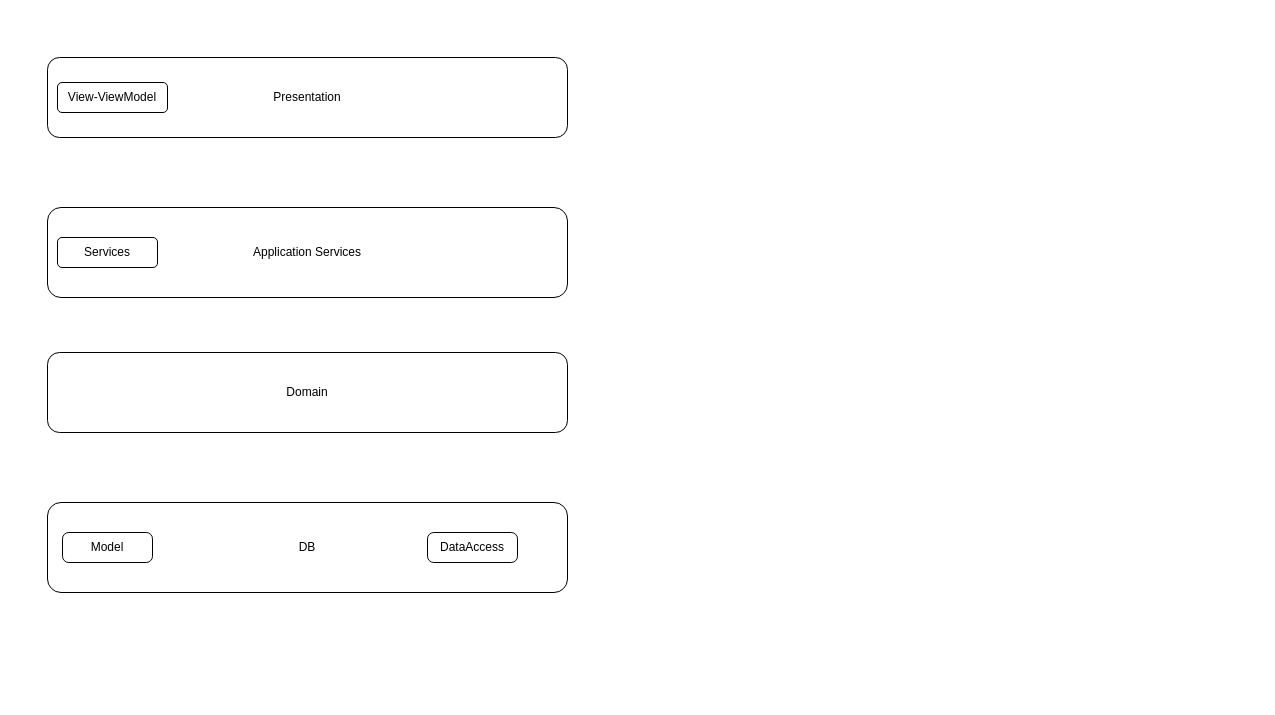
Above: Ballbar-Caeser.drawio in AmolSJawalkar/DrawIO (draw.io), before the change. Source tidied: cells renumbered, new cells numbered last; positions are measured from the earlier drawing's top-left corner, leaving out a move shared by most shapes. Both pictures are drawn from the tidied source at 100%, with x=0, y=0 at pixel (47, 57).
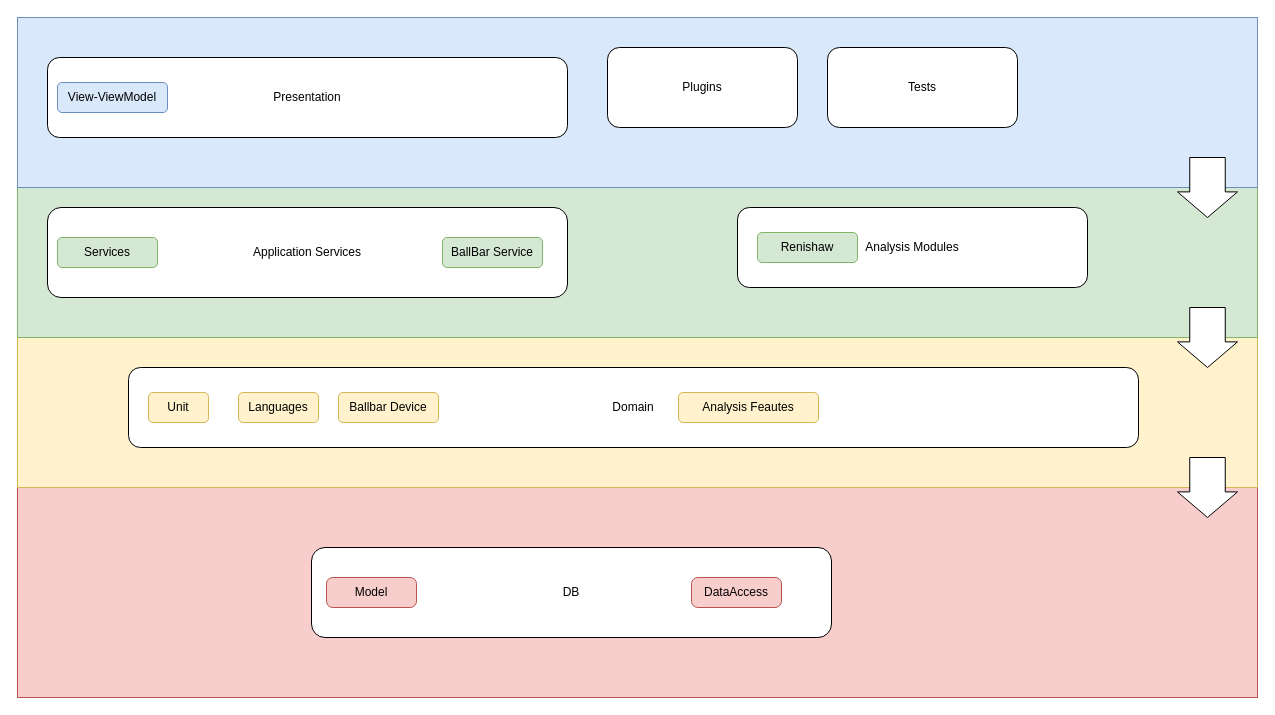
The same diagram, later.

The edit, as a diff of the source:
```diff
@@
-    <mxCell id="2" value="Presentation" style="rounded=1;whiteSpace=wrap;html=1;" parent="1" vertex="1">
-      <mxGeometry width="520" height="80" as="geometry" />
-    </mxCell>
-    <mxCell id="3" value="Application Services" style="rounded=1;whiteSpace=wrap;html=1;" parent="1" vertex="1">
-      <mxGeometry y="150" width="520" height="90" as="geometry" />
-    </mxCell>
-    <mxCell id="4" value="Domain" style="rounded=1;whiteSpace=wrap;html=1;" parent="1" vertex="1">
-      <mxGeometry y="295" width="520" height="80" as="geometry" />
-    </mxCell>
+    <mxCell id="10" style="group;" parent="1" vertex="1">
+      <mxGeometry x="-30" y="-40" width="1240" height="680" as="geometry" />
+    </mxCell>
+    <mxCell id="11" style="rounded=0;whiteSpace=wrap;html=1;" parent="10" vertex="1">
+      <mxGeometry width="1240" height="680" as="geometry" />
+    </mxCell>
+    <mxCell id="12" style="rounded=0;whiteSpace=wrap;html=1;fillColor=#f8cecc;strokeColor=#b85450;" parent="10" vertex="1">
+      <mxGeometry y="470" width="1240" height="210" as="geometry" />
+    </mxCell>
+    <mxCell id="13" style="rounded=0;whiteSpace=wrap;html=1;fillColor=#fff2cc;strokeColor=#d6b656;" parent="10" vertex="1">
+      <mxGeometry y="320" width="1240" height="150" as="geometry" />
+    </mxCell>
+    <mxCell id="14" style="group;" parent="10" vertex="1">
+      <mxGeometry width="1240" height="350" as="geometry" />
+    </mxCell>
+    <mxCell id="15" style="rounded=0;whiteSpace=wrap;html=1;fillColor=#d5e8d4;strokeColor=#82b366;" parent="14" vertex="1">
+      <mxGeometry y="170" width="1240" height="150" as="geometry" />
+    </mxCell>
+    <mxCell id="16" style="rounded=0;whiteSpace=wrap;html=1;fillColor=#dae8fc;strokeColor=#6c8ebf;" parent="14" vertex="1">
+      <mxGeometry width="1240" height="170" as="geometry" />
+    </mxCell>
+    <mxCell id="17" value="Plugins" style="rounded=1;whiteSpace=wrap;html=1;" parent="14" vertex="1">
+      <mxGeometry x="590" y="30" width="190" height="80" as="geometry" />
+    </mxCell>
+    <mxCell id="18" value="Tests" style="rounded=1;whiteSpace=wrap;html=1;" parent="14" vertex="1">
+      <mxGeometry x="810" y="30" width="190" height="80" as="geometry" />
+    </mxCell>
+    <mxCell id="19" value="Analysis Modules" style="rounded=1;whiteSpace=wrap;html=1;" parent="14" vertex="1">
+      <mxGeometry x="720" y="190" width="350" height="80" as="geometry" />
+    </mxCell>
+    <mxCell id="20" style="shape=singleArrow;direction=south;whiteSpace=wrap;html=1;arrowWidth=0.5915487850413608;arrowSize=0.4265899857664408;" parent="14" vertex="1">
+      <mxGeometry x="1160" y="140" width="60" height="60" as="geometry" />
+    </mxCell>
+    <mxCell id="21" style="shape=singleArrow;direction=south;whiteSpace=wrap;html=1;arrowWidth=0.5915487850413608;arrowSize=0.4265899857664408;" parent="14" vertex="1">
+      <mxGeometry x="1160" y="290" width="60" height="60" as="geometry" />
+    </mxCell>
+    <mxCell id="22" value="Renishaw" style="rounded=1;whiteSpace=wrap;html=1;fillColor=#d5e8d4;strokeColor=#82b366;" parent="14" vertex="1">
+      <mxGeometry x="740" y="215" width="100" height="30" as="geometry" />
+    </mxCell>
+    <mxCell id="23" style="shape=singleArrow;direction=south;whiteSpace=wrap;html=1;arrowWidth=0.5915487850413608;arrowSize=0.4265899857664408;" parent="10" vertex="1">
+      <mxGeometry x="1160" y="440" width="60" height="60" as="geometry" />
+    </mxCell>
-    <mxCell id="5" value="DB" style="rounded=1;whiteSpace=wrap;html=1;" parent="1" vertex="1">
-      <mxGeometry y="445" width="520" height="90" as="geometry" />
+    <mxCell id="5" value="DB" style="rounded=1;whiteSpace=wrap;html=1;" parent="10" vertex="1">
+      <mxGeometry x="294" y="530" width="520" height="90" as="geometry" />
     </mxCell>
-    <mxCell id="6" value="View-ViewModel" style="rounded=1;whiteSpace=wrap;html=1;" parent="1" vertex="1">
-      <mxGeometry x="10" y="25" width="110" height="30" as="geometry" />
-    </mxCell>
-    <mxCell id="7" value="Services" style="rounded=1;whiteSpace=wrap;html=1;" parent="1" vertex="1">
-      <mxGeometry x="10" y="180" width="100" height="30" as="geometry" />
-    </mxCell>
-    <mxCell id="8" value="Model" style="rounded=1;whiteSpace=wrap;html=1;arcSize=21;" parent="1" vertex="1">
-      <mxGeometry x="15" y="475" width="90" height="30" as="geometry" />
+    <mxCell id="8" value="Model" style="rounded=1;whiteSpace=wrap;html=1;arcSize=21;fillColor=#f8cecc;strokeColor=#b85450;" parent="10" vertex="1">
+      <mxGeometry x="309" y="560" width="90" height="30" as="geometry" />
     </mxCell>
-    <mxCell id="9" value="DataAccess" style="rounded=1;whiteSpace=wrap;html=1;arcSize=21;" parent="1" vertex="1">
-      <mxGeometry x="380" y="475" width="90" height="30" as="geometry" />
+    <mxCell id="9" value="DataAccess" style="rounded=1;whiteSpace=wrap;html=1;arcSize=21;fillColor=#f8cecc;strokeColor=#b85450;" parent="10" vertex="1">
+      <mxGeometry x="674" y="560" width="90" height="30" as="geometry" />
     </mxCell>
+    <mxCell id="24" style="group;" parent="10" vertex="1">
+      <mxGeometry x="111" y="350" width="1010" height="80" as="geometry" />
+    </mxCell>
+    <mxCell id="4" value="Domain" style="rounded=1;whiteSpace=wrap;html=1;" parent="24" vertex="1">
+      <mxGeometry width="1010" height="80" as="geometry" />
+    </mxCell>
+    <mxCell id="25" value="Unit" style="rounded=1;whiteSpace=wrap;html=1;fillColor=#fff2cc;strokeColor=#d6b656;" parent="24" vertex="1">
+      <mxGeometry x="20" y="25" width="60" height="30" as="geometry" />
+    </mxCell>
+    <mxCell id="26" value="Languages" style="rounded=1;whiteSpace=wrap;html=1;fillColor=#fff2cc;strokeColor=#d6b656;" parent="24" vertex="1">
+      <mxGeometry x="110" y="25" width="80" height="30" as="geometry" />
+    </mxCell>
+    <mxCell id="27" value="Analysis Feautes" style="rounded=1;whiteSpace=wrap;html=1;fillColor=#fff2cc;strokeColor=#d6b656;" parent="24" vertex="1">
+      <mxGeometry x="550" y="25" width="140" height="30" as="geometry" />
+    </mxCell>
+    <mxCell id="28" value="Ballbar Device" style="rounded=1;whiteSpace=wrap;html=1;fillColor=#fff2cc;strokeColor=#d6b656;" parent="24" vertex="1">
+      <mxGeometry x="210" y="25" width="100" height="30" as="geometry" />
+    </mxCell>
+    <mxCell id="29" style="group;" parent="1" vertex="1">
+      <mxGeometry y="150" width="520" height="90" as="geometry" />
+    </mxCell>
+    <mxCell id="3" value="Application Services" style="rounded=1;whiteSpace=wrap;html=1;" parent="29" vertex="1">
+      <mxGeometry width="520" height="90" as="geometry" />
+    </mxCell>
+    <mxCell id="7" value="Services" style="rounded=1;whiteSpace=wrap;html=1;fillColor=#d5e8d4;strokeColor=#82b366;" parent="29" vertex="1">
+      <mxGeometry x="10" y="30" width="100" height="30" as="geometry" />
+    </mxCell>
+    <mxCell id="30" value="BallBar Service" style="rounded=1;whiteSpace=wrap;html=1;fillColor=#d5e8d4;strokeColor=#82b366;" parent="29" vertex="1">
+      <mxGeometry x="395" y="30" width="100" height="30" as="geometry" />
+    </mxCell>
+    <mxCell id="31" style="group;" parent="1" vertex="1">
+      <mxGeometry width="520" height="80" as="geometry" />
+    </mxCell>
+    <mxCell id="2" value="Presentation" style="rounded=1;whiteSpace=wrap;html=1;" parent="31" vertex="1">
+      <mxGeometry width="520" height="80" as="geometry" />
+    </mxCell>
+    <mxCell id="6" value="View-ViewModel" style="rounded=1;whiteSpace=wrap;html=1;fillColor=#dae8fc;strokeColor=#6c8ebf;" parent="31" vertex="1">
+      <mxGeometry x="10" y="25" width="110" height="30" as="geometry" />
+    </mxCell>
```
